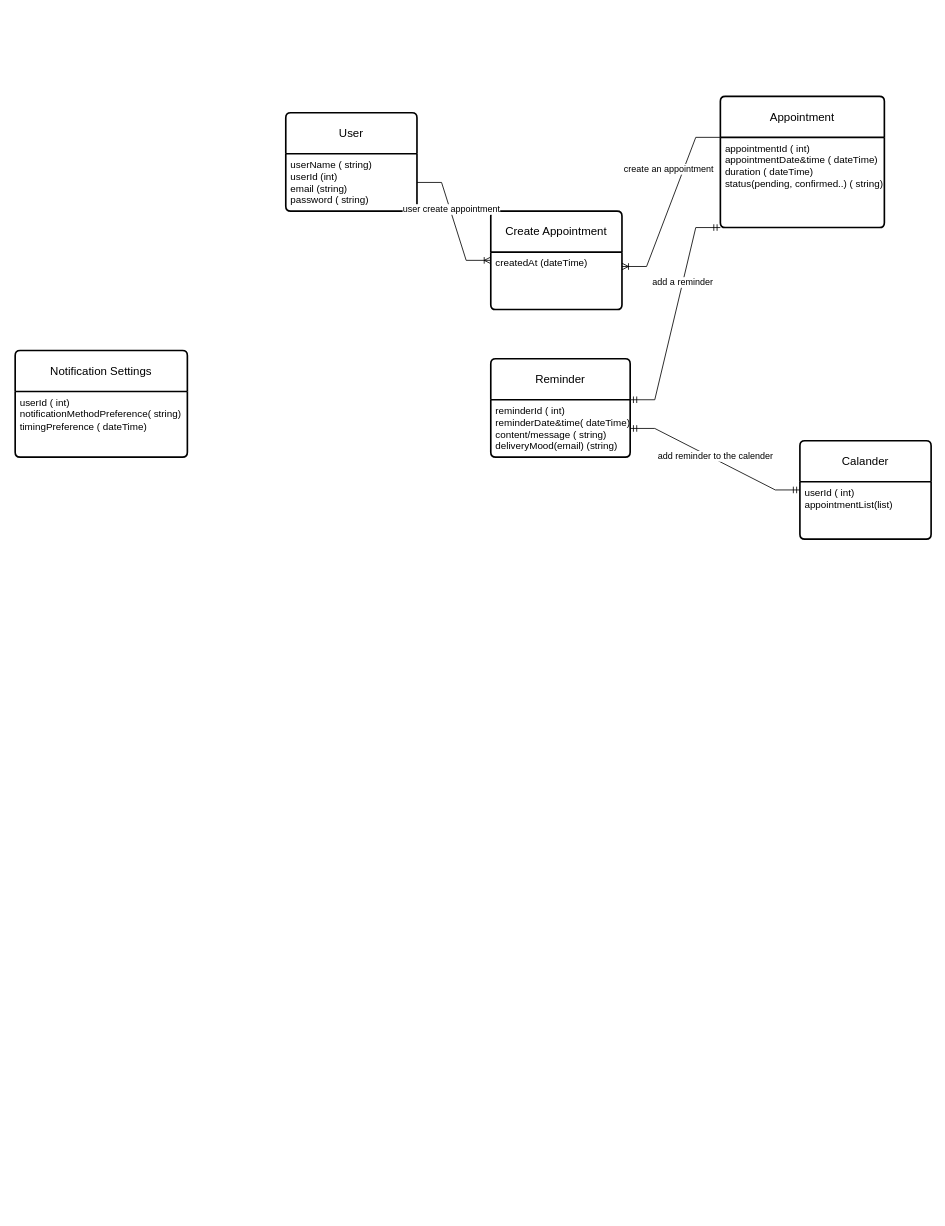
The draw.io diagram scheduler.drawio in mosnyik/scheduler, before the edit. Source tidied: cells renumbered, new cells numbered last; positions are measured from the earlier drawing's top-left corner, leaving out a move shared by most shapes. Both pictures are drawn from the tidied source at 82%, with x=0, y=0 at pixel (15, 96).
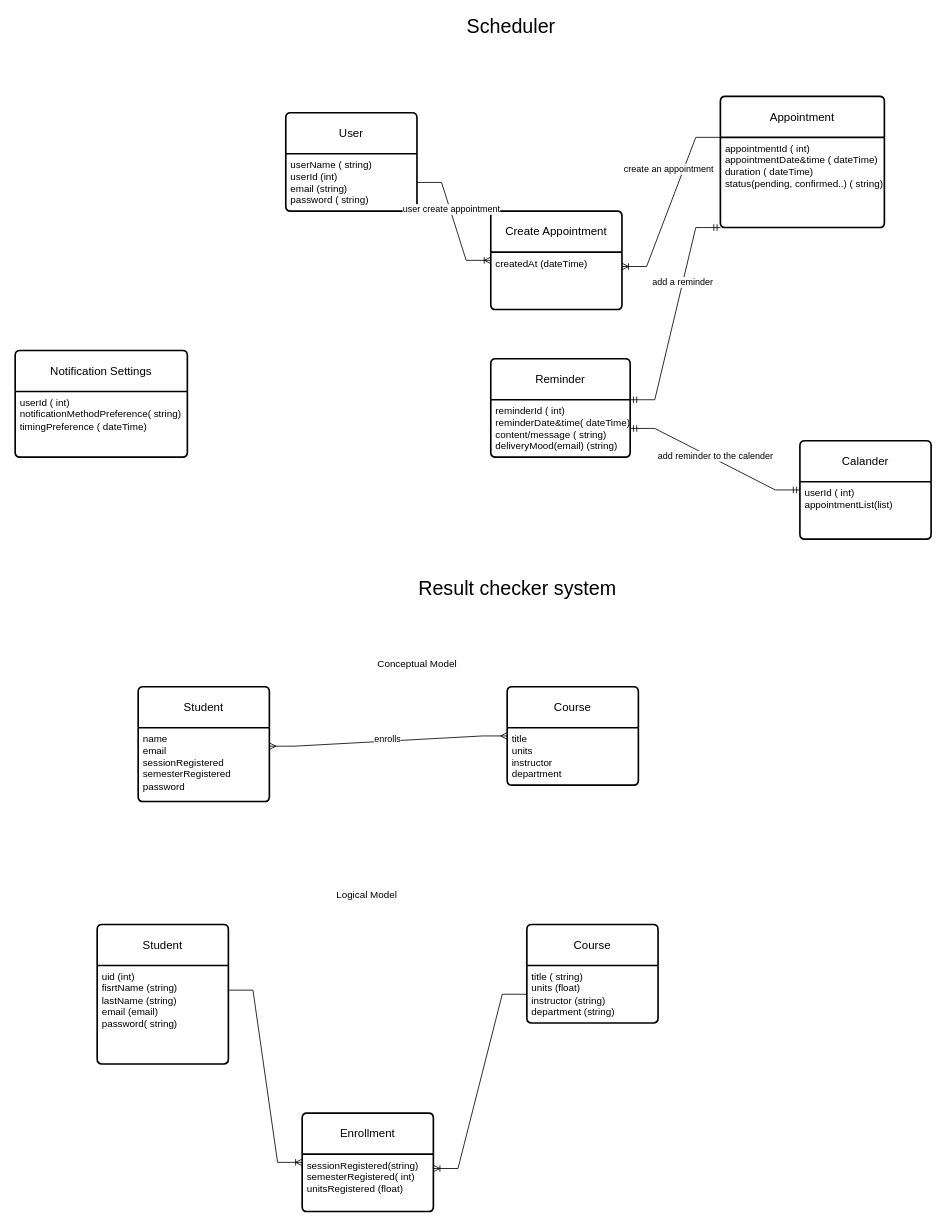
Above is the later version.

Change to the diagram source:
```diff
@@
+    <mxCell id="22" value="&lt;font style=&quot;font-size: 24px;&quot;&gt;Scheduler&lt;/font&gt;" style="text;html=1;strokeColor=none;fillColor=none;align=center;verticalAlign=middle;whiteSpace=wrap;rounded=0;" parent="1" vertex="1">
+      <mxGeometry x="440" y="-100" width="330" height="30" as="geometry" />
+    </mxCell>
+    <mxCell id="23" value="&lt;font style=&quot;font-size: 24px;&quot;&gt;Result checker system&lt;/font&gt;" style="text;whiteSpace=wrap;html=1;" parent="1" vertex="1">
+      <mxGeometry x="490" y="580" width="310" height="40" as="geometry" />
+    </mxCell>
+    <mxCell id="24" value="Student" style="swimlane;horizontal=1;startSize=50;rounded=1;fontSize=14;fontStyle=0;strokeWidth=2;shadow=0;dashed=0;align=center;arcSize=4;whiteSpace=wrap;html=1;" parent="1" vertex="1">
+      <mxGeometry x="150" y="720" width="160" height="140" as="geometry" />
+    </mxCell>
+    <mxCell id="25" value="name&lt;br&gt;email&lt;br&gt;sessionRegistered&lt;br&gt;semesterRegistered&lt;br&gt;password" style="align=left;strokeColor=none;fillColor=none;spacingLeft=4;fontSize=12;verticalAlign=top;html=1;" parent="24" vertex="1">
+      <mxGeometry y="50" width="160" height="90" as="geometry" />
+    </mxCell>
+    <mxCell id="26" value="Conceptual Model" style="text;html=1;align=center;verticalAlign=middle;strokeColor=none;fillColor=none;" parent="1" vertex="1">
+      <mxGeometry x="430" y="678" width="120" height="30" as="geometry" />
+    </mxCell>
+    <mxCell id="27" value="Course" style="swimlane;horizontal=1;startSize=50;rounded=1;fontSize=14;fontStyle=0;strokeWidth=2;shadow=0;dashed=0;align=center;arcSize=4;whiteSpace=wrap;html=1;" parent="1" vertex="1">
+      <mxGeometry x="600" y="720" width="160" height="120" as="geometry" />
+    </mxCell>
+    <mxCell id="28" value="title&lt;br&gt;units&lt;br&gt;instructor&lt;br&gt;department" style="align=left;strokeColor=none;fillColor=none;spacingLeft=4;fontSize=12;verticalAlign=top;html=1;" parent="27" vertex="1">
+      <mxGeometry y="50" width="160" height="70" as="geometry" />
+    </mxCell>
+    <mxCell id="29" style="edgeStyle=entityRelationEdgeStyle;fontSize=12;html=1;endArrow=ERmany;startArrow=ERmany;rounded=0;exitX=1;exitY=0.25;exitDx=0;exitDy=0;entryX=0;entryY=0.5;entryDx=0;entryDy=0;" parent="1" edge="1" source="25" target="27">
+      <mxGeometry relative="1" as="geometry" />
+    </mxCell>
+    <mxCell id="30" value="enrolls" style="edgeLabel;html=1;align=center;verticalAlign=middle;" parent="29" vertex="1">
+      <mxGeometry x="-0.01" y="3" relative="1" as="geometry" />
+    </mxCell>
+    <mxCell id="31" value="Logical Model" style="text;whiteSpace=wrap;html=1;" parent="1" vertex="1">
+      <mxGeometry x="390" y="960" width="130" height="40" as="geometry" />
+    </mxCell>
+    <mxCell id="32" value="Student" style="swimlane;horizontal=1;startSize=50;rounded=1;fontSize=14;fontStyle=0;strokeWidth=2;shadow=0;dashed=0;align=center;arcSize=4;whiteSpace=wrap;html=1;" parent="1" vertex="1">
+      <mxGeometry x="100" y="1010" width="160" height="170" as="geometry" />
+    </mxCell>
+    <mxCell id="33" value="uid (int)&lt;br&gt;fisrtName (string)&lt;br&gt;lastName (string)&lt;br&gt;email (email)&lt;br&gt;password( string)" style="align=left;strokeColor=none;fillColor=none;spacingLeft=4;fontSize=12;verticalAlign=top;html=1;" parent="32" vertex="1">
+      <mxGeometry y="50" width="160" height="120" as="geometry" />
+    </mxCell>
+    <mxCell id="34" value="Course" style="swimlane;horizontal=1;startSize=50;rounded=1;fontSize=14;fontStyle=0;strokeWidth=2;shadow=0;dashed=0;align=center;arcSize=4;whiteSpace=wrap;html=1;" parent="1" vertex="1">
+      <mxGeometry x="624" y="1010" width="160" height="120" as="geometry" />
+    </mxCell>
+    <mxCell id="35" value="title ( string)&lt;br&gt;units (float)&lt;br&gt;instructor (string)&lt;br&gt;department (string)" style="align=left;strokeColor=none;fillColor=none;spacingLeft=4;fontSize=12;verticalAlign=top;html=1;" parent="34" vertex="1">
+      <mxGeometry y="50" width="160" height="70" as="geometry" />
+    </mxCell>
+    <mxCell id="36" value="Enrollment" style="swimlane;horizontal=1;startSize=50;rounded=1;fontSize=14;fontStyle=0;strokeWidth=2;shadow=0;dashed=0;align=center;arcSize=4;whiteSpace=wrap;html=1;" parent="1" vertex="1">
+      <mxGeometry x="350" y="1240" width="160" height="120" as="geometry" />
+    </mxCell>
+    <mxCell id="37" value="sessionRegistered(string)&lt;br style=&quot;border-color: var(--border-color);&quot;&gt;semesterRegistered( int)&lt;br&gt;unitsRegistered (float)" style="align=left;strokeColor=none;fillColor=none;spacingLeft=4;fontSize=12;verticalAlign=top;html=1;" parent="36" vertex="1">
+      <mxGeometry y="50" width="160" height="70" as="geometry" />
+    </mxCell>
+    <mxCell id="38" style="edgeStyle=entityRelationEdgeStyle;fontSize=12;html=1;endArrow=ERoneToMany;rounded=0;entryX=0;entryY=0.5;entryDx=0;entryDy=0;exitX=1;exitY=0.25;exitDx=0;exitDy=0;" parent="1" edge="1" source="33" target="36">
+      <mxGeometry relative="1" as="geometry" />
+    </mxCell>
+    <mxCell id="39" style="edgeStyle=entityRelationEdgeStyle;fontSize=12;html=1;endArrow=ERoneToMany;rounded=0;entryX=1;entryY=0.25;entryDx=0;entryDy=0;exitX=0;exitY=0.5;exitDx=0;exitDy=0;" parent="1" edge="1" source="35" target="37">
+      <mxGeometry relative="1" as="geometry" />
+    </mxCell>
```
